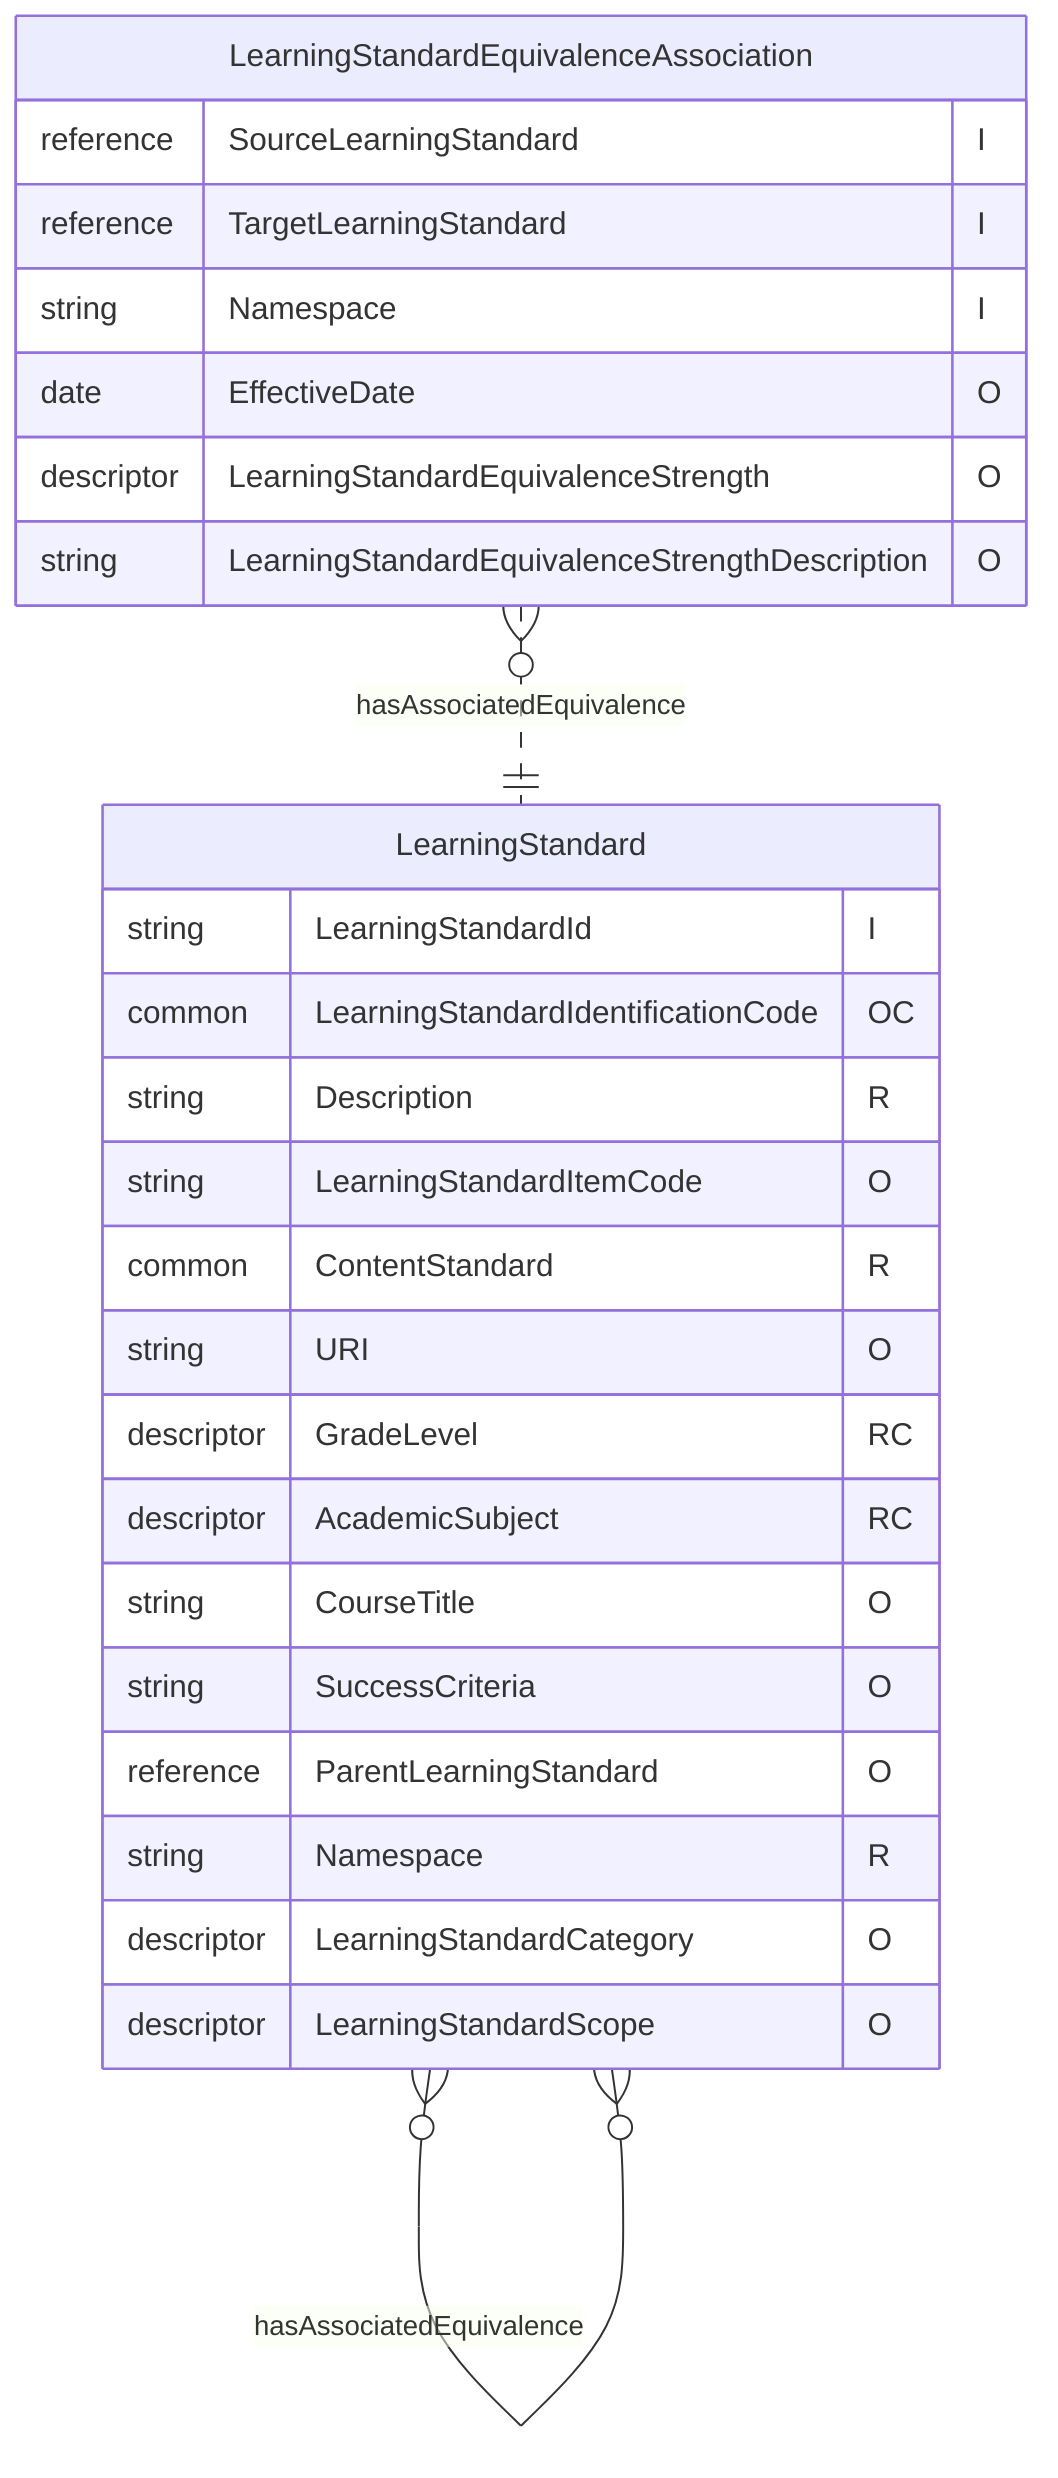
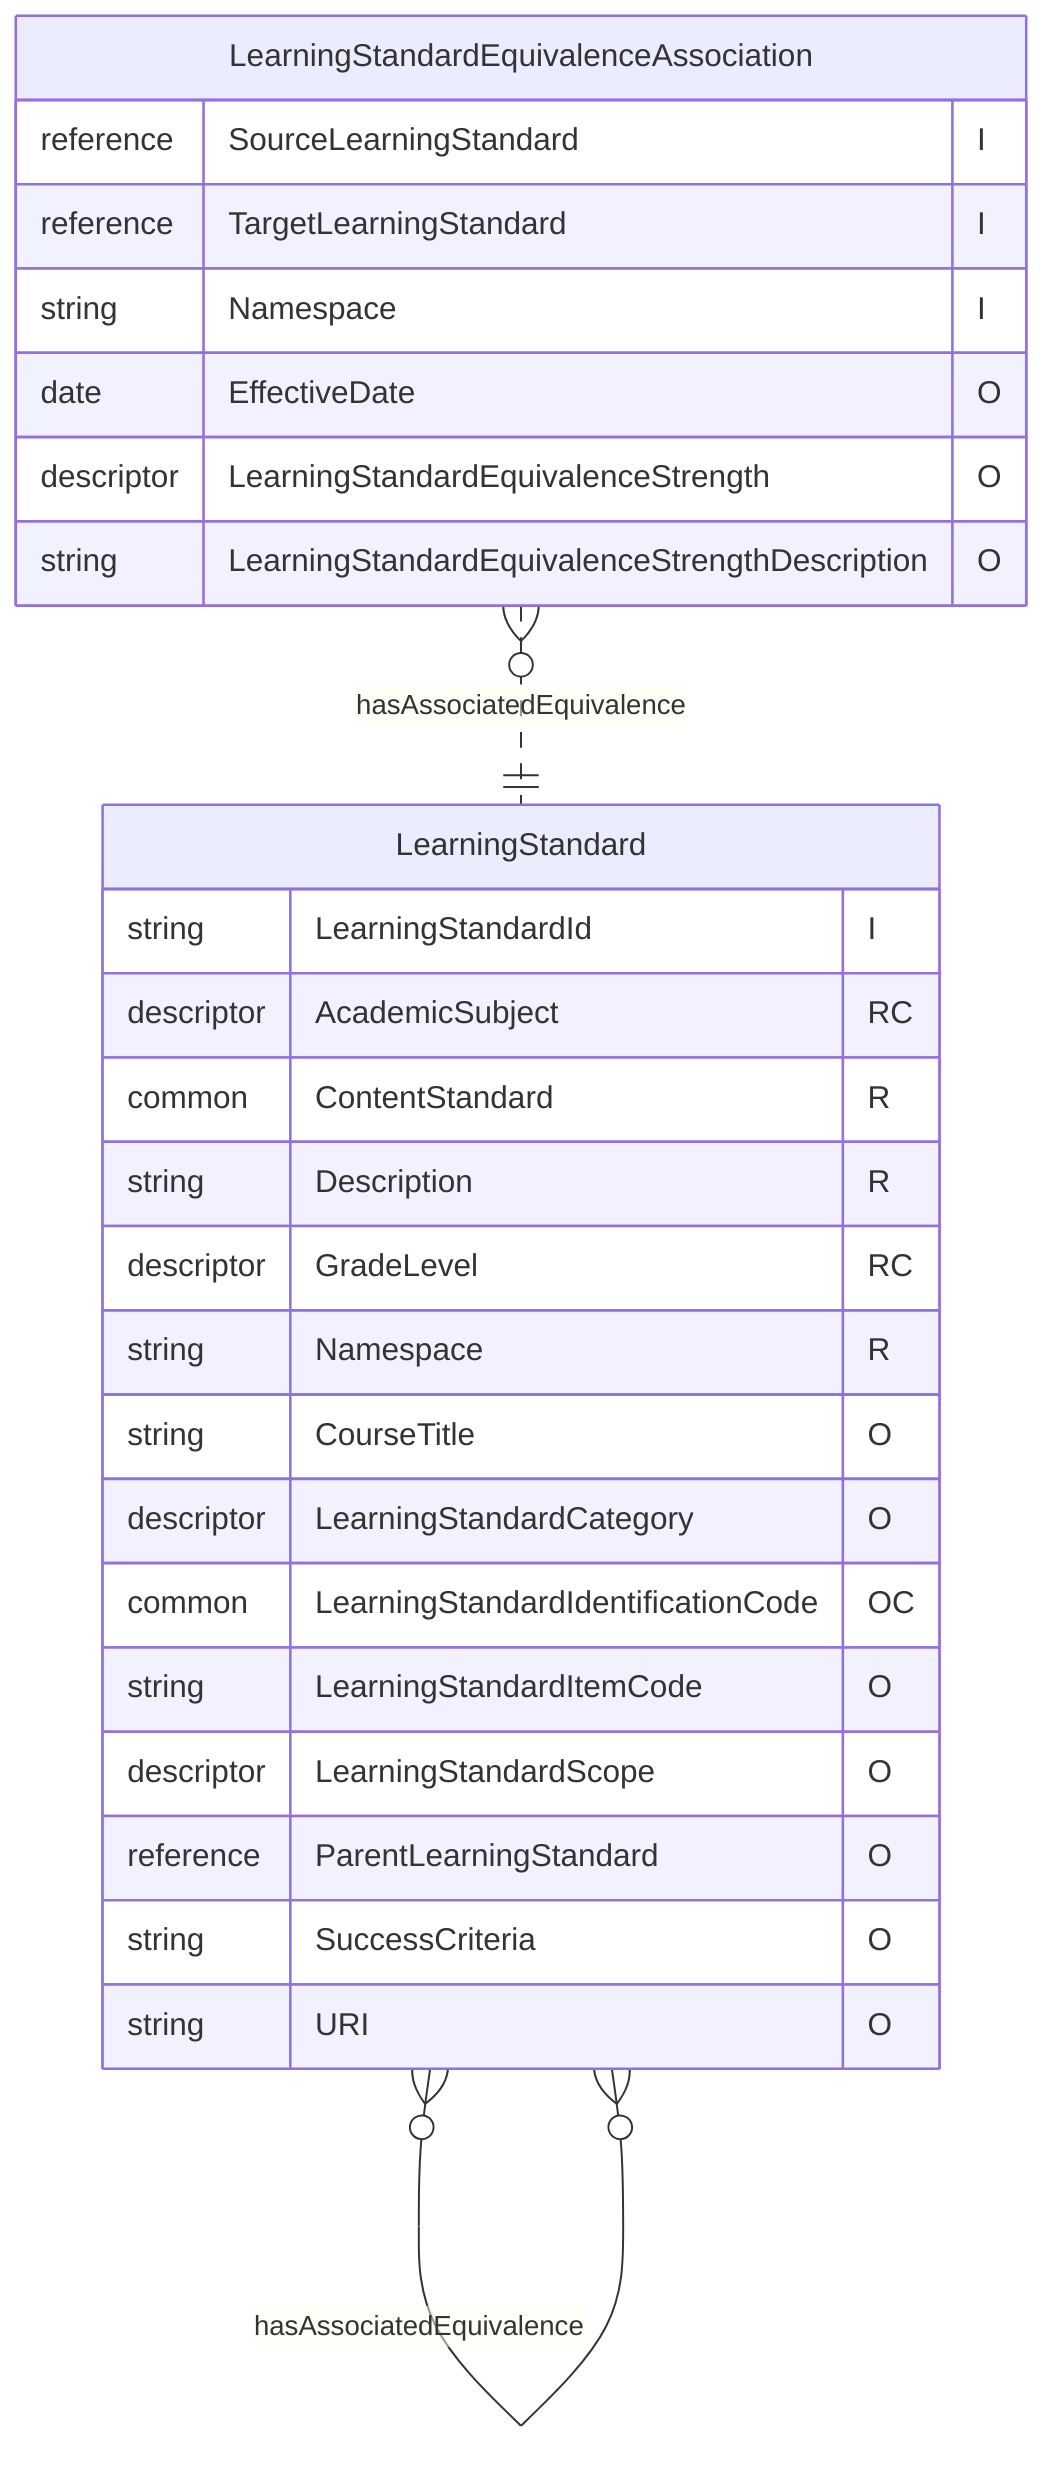
﻿erDiagram
    LearningStandard {
        string LearningStandardId "I"
+         descriptor AcademicSubject "RC"
+         common ContentStandard "R"
+         string Description "R"
+         descriptor GradeLevel "RC"
+         string Namespace "R"
+         string CourseTitle "O"
+         descriptor LearningStandardCategory "O"
        common LearningStandardIdentificationCode "OC"
-         string Description "R"
        string LearningStandardItemCode "O"
-         common ContentStandard "R"
+         descriptor LearningStandardScope "O"
+         reference ParentLearningStandard "O"
+         string SuccessCriteria "O"
        string URI "O"
-         descriptor GradeLevel "RC"
-         descriptor AcademicSubject "RC"
-         string CourseTitle "O"
-         string SuccessCriteria "O"
-         reference ParentLearningStandard "O"
-         string Namespace "R"
-         descriptor LearningStandardCategory "O"
-         descriptor LearningStandardScope "O"
    }
    LearningStandardEquivalenceAssociation {
        reference SourceLearningStandard "I"
        reference TargetLearningStandard "I"
-         string Namespace "I"
+ 		string Namespace "I"
        date EffectiveDate "O"
        descriptor LearningStandardEquivalenceStrength "O"
        string LearningStandardEquivalenceStrengthDescription "O"
    }
    LearningStandard ||--o{ LearningStandard : "hasFunctionalComponent"
    LearningStandardEquivalenceAssociation }o..|| LearningStandard : "hasAssociatedEquivalence"
    LearningStandard }o--o{ LearningStandard : "hasAssociatedEquivalence"
